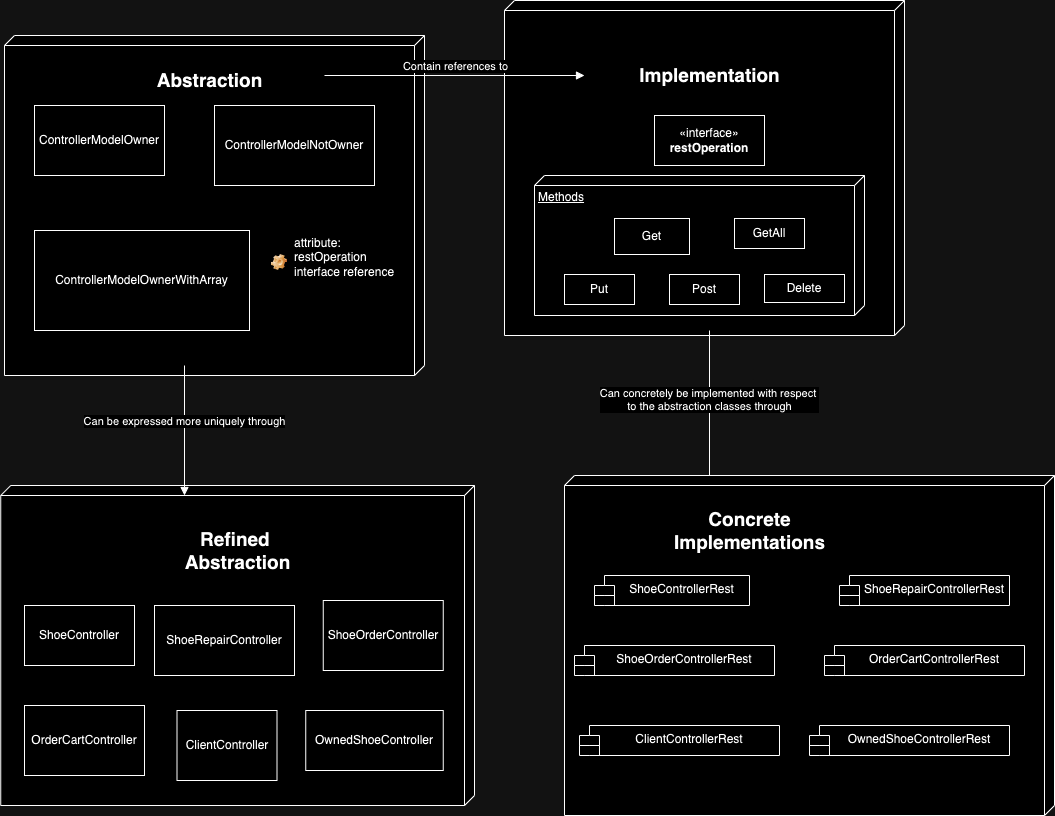
Before: FastTrackEServicesArchitecture-Bridge Pattern.drawio.png, a diagram exported from draw.io (Decoretum/FastTrackEServices). Source tidied: cells renumbered, new cells last; positions are measured from the earlier drawing's top-left corner, leaving out a move shared by most shapes.
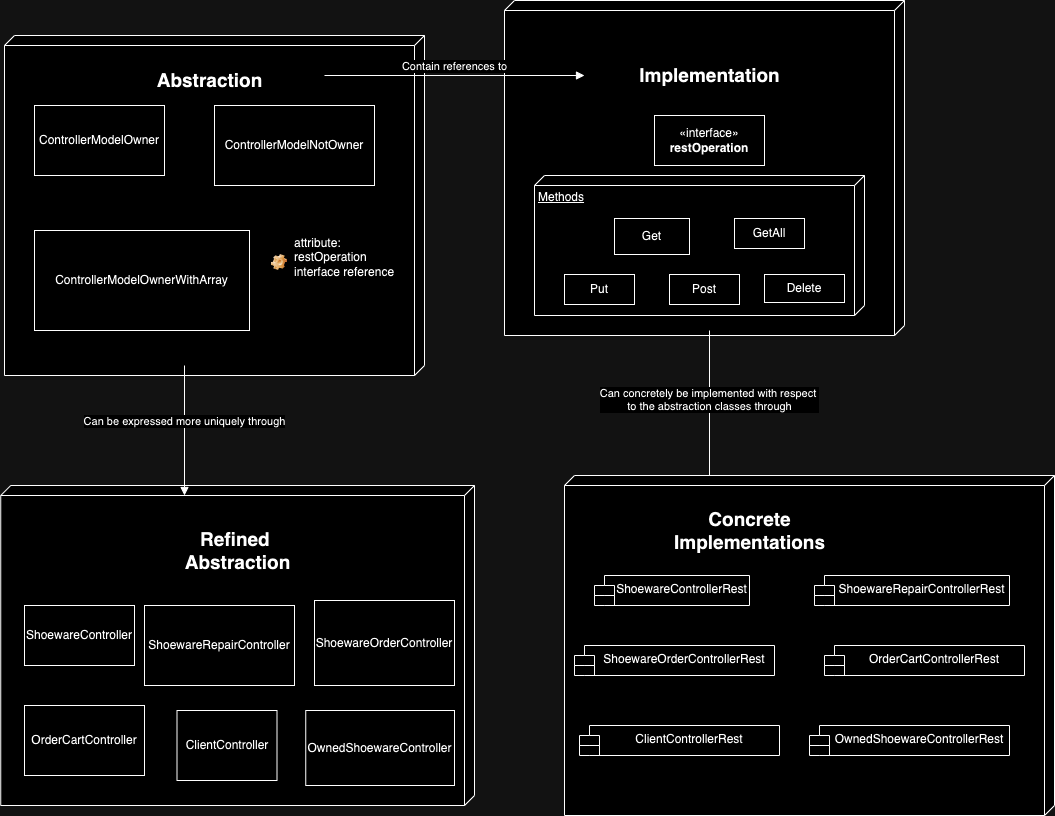
The same diagram one commit later.

What changed in the source:
```diff
@@ -58,32 +58,32 @@
     <mxCell id="17" value="attribute:&lt;div&gt;restOperation interface reference&lt;/div&gt;" style="label;fontStyle=0;strokeColor=none;fillColor=none;align=left;verticalAlign=top;overflow=hidden;spacingLeft=28;spacingRight=4;imageWidth=16;imageHeight=16;whiteSpace=wrap;html=1;image=img/clipart/Gear_128x128.png;" parent="1" vertex="1">
       <mxGeometry x="264" y="229" width="140" height="66" as="geometry" />
     </mxCell>
-    <mxCell id="18" value="ShoeControllerRest" style="shape=module;align=left;spacingLeft=20;align=center;verticalAlign=top;whiteSpace=wrap;html=1;" parent="1" vertex="1">
+    <mxCell id="18" value="ShoewareControllerRest" style="shape=module;align=left;spacingLeft=20;align=center;verticalAlign=top;whiteSpace=wrap;html=1;" parent="1" vertex="1">
       <mxGeometry x="594" y="575" width="155" height="30" as="geometry" />
     </mxCell>
-    <mxCell id="19" value="ShoeOrderControllerRest" style="shape=module;align=left;spacingLeft=20;align=center;verticalAlign=top;whiteSpace=wrap;html=1;" parent="1" vertex="1">
+    <mxCell id="19" value="ShoewareOrderControllerRest" style="shape=module;align=left;spacingLeft=20;align=center;verticalAlign=top;whiteSpace=wrap;html=1;" parent="1" vertex="1">
       <mxGeometry x="574" y="645" width="200" height="30" as="geometry" />
     </mxCell>
-    <mxCell id="20" value="ShoeRepairControllerRest" style="shape=module;align=left;spacingLeft=20;align=center;verticalAlign=top;whiteSpace=wrap;html=1;" parent="1" vertex="1">
-      <mxGeometry x="839" y="575" width="170" height="30" as="geometry" />
+    <mxCell id="20" value="ShoewareRepairControllerRest" style="shape=module;align=left;spacingLeft=20;align=center;verticalAlign=top;whiteSpace=wrap;html=1;" parent="1" vertex="1">
+      <mxGeometry x="814" y="575" width="195" height="30" as="geometry" />
     </mxCell>
-    <mxCell id="21" value="ShoeController" style="html=1;whiteSpace=wrap;" parent="1" vertex="1">
+    <mxCell id="21" value="ShoewareController" style="html=1;whiteSpace=wrap;" parent="1" vertex="1">
       <mxGeometry x="24" y="605" width="110" height="60" as="geometry" />
     </mxCell>
-    <mxCell id="22" value="ShoeRepairController" style="html=1;whiteSpace=wrap;" parent="1" vertex="1">
-      <mxGeometry x="154" y="605" width="140" height="70" as="geometry" />
+    <mxCell id="22" value="ShoewareRepairController" style="html=1;whiteSpace=wrap;" parent="1" vertex="1">
+      <mxGeometry x="144" y="605" width="150" height="80" as="geometry" />
     </mxCell>
     <mxCell id="23" value="ClientController" style="html=1;whiteSpace=wrap;" parent="1" vertex="1">
       <mxGeometry x="176.5" y="710" width="100" height="70" as="geometry" />
     </mxCell>
-    <mxCell id="24" value="ShoeOrderController" style="html=1;whiteSpace=wrap;" parent="1" vertex="1">
-      <mxGeometry x="322.8" y="600" width="120" height="70" as="geometry" />
+    <mxCell id="24" value="ShoewareOrderController" style="html=1;whiteSpace=wrap;" parent="1" vertex="1">
+      <mxGeometry x="314" y="600" width="140" height="85" as="geometry" />
     </mxCell>
     <mxCell id="25" value="OrderCartController" style="html=1;whiteSpace=wrap;" parent="1" vertex="1">
       <mxGeometry x="24" y="705" width="120" height="70" as="geometry" />
     </mxCell>
-    <mxCell id="26" value="OwnedShoeController" style="html=1;whiteSpace=wrap;" parent="1" vertex="1">
-      <mxGeometry x="305.2" y="710" width="137.5" height="60" as="geometry" />
+    <mxCell id="26" value="OwnedShoewareController" style="html=1;whiteSpace=wrap;" parent="1" vertex="1">
+      <mxGeometry x="305.2" y="710" width="148.8" height="75" as="geometry" />
     </mxCell>
     <mxCell id="27" value="Methods" style="verticalAlign=top;align=left;spacingTop=8;spacingLeft=2;spacingRight=12;shape=cube;size=10;direction=south;fontStyle=4;html=1;whiteSpace=wrap;" parent="1" vertex="1">
       <mxGeometry x="534" y="175" width="330" height="140" as="geometry" />
@@ -109,7 +109,7 @@
     <mxCell id="34" value="ClientControllerRest" style="shape=module;align=left;spacingLeft=20;align=center;verticalAlign=top;whiteSpace=wrap;html=1;" parent="1" vertex="1">
       <mxGeometry x="579" y="725" width="200" height="30" as="geometry" />
     </mxCell>
-    <mxCell id="35" value="OwnedShoeControllerRest" style="shape=module;align=left;spacingLeft=20;align=center;verticalAlign=top;whiteSpace=wrap;html=1;" parent="1" vertex="1">
+    <mxCell id="35" value="OwnedShoewareControllerRest" style="shape=module;align=left;spacingLeft=20;align=center;verticalAlign=top;whiteSpace=wrap;html=1;" parent="1" vertex="1">
       <mxGeometry x="809" y="725" width="200" height="30" as="geometry" />
     </mxCell>
   </root>
```
